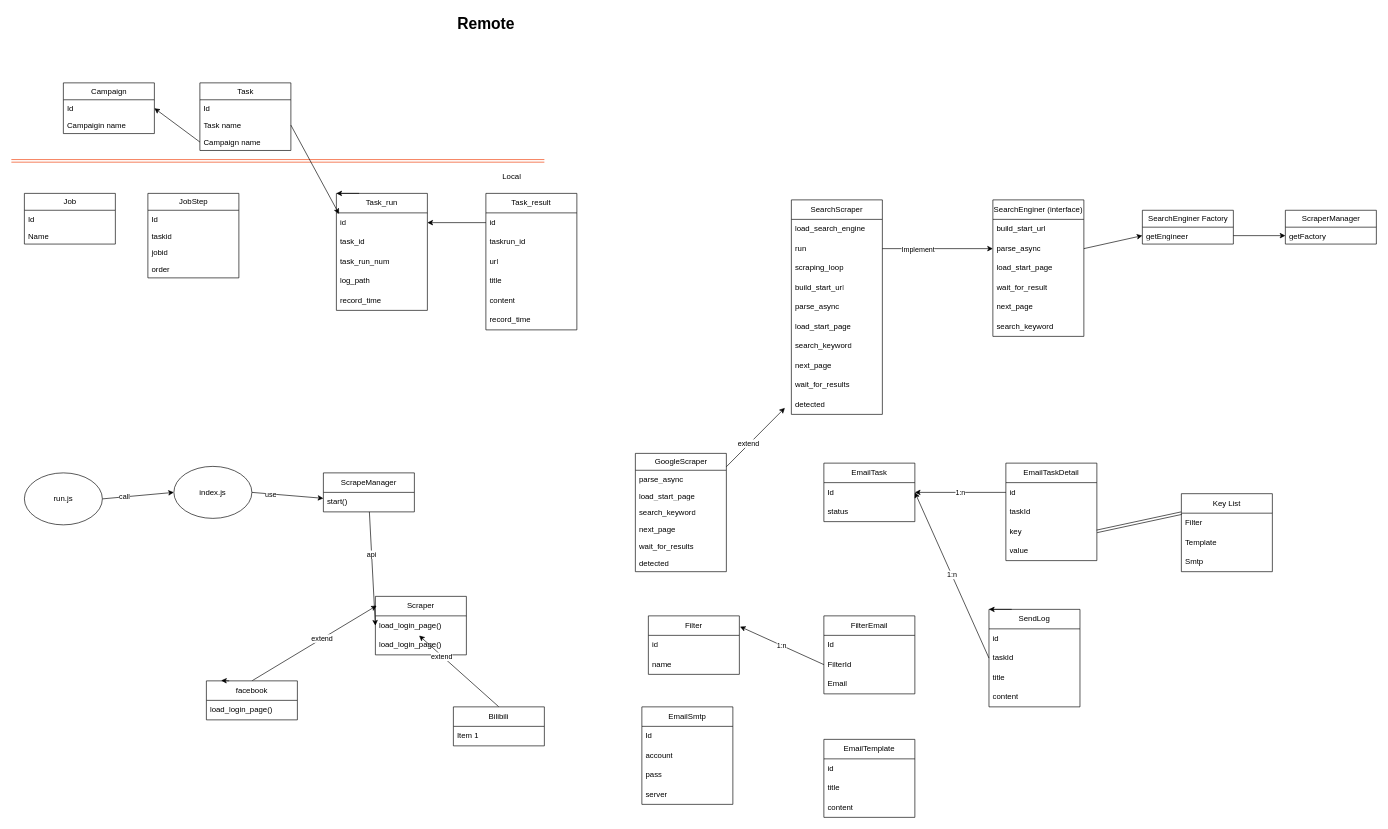
The draw.io diagram doc/class.drawio in robertzengcn/social-marketing, before the edit. Source tidied: cells renumbered, new cells numbered last; positions are measured from the earlier drawing's top-left corner, leaving out a move shared by most shapes. Both pictures are drawn from the tidied source at 65%, with x=0, y=0 at pixel (11, 11).
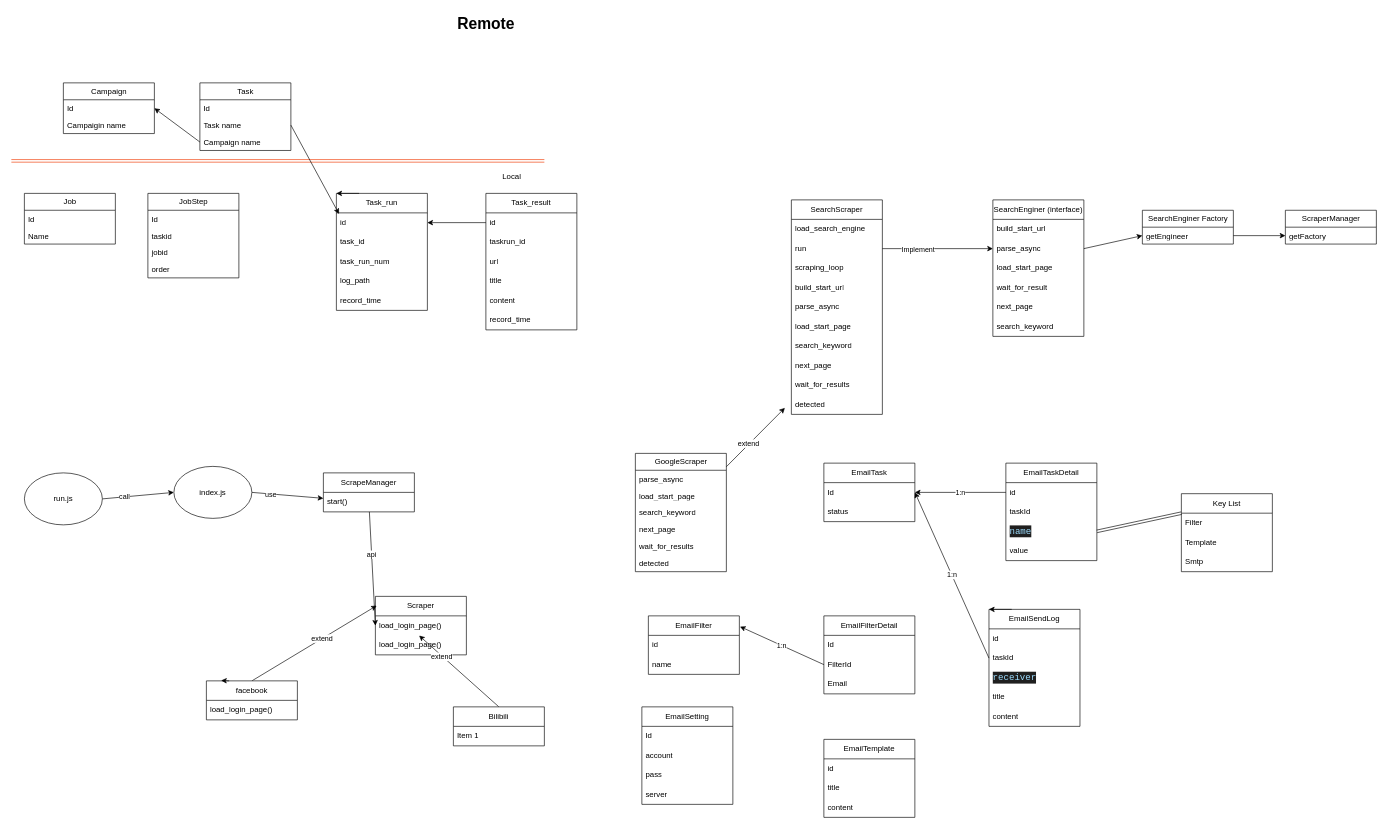
After the change.

The change refers to these unchanged cells:
```xml
<mxCell id="114" value="EmailTaskDetail" style="swimlane;fontStyle=0;horizontal=1;startSize=30;whiteSpace=wrap;html=1;" parent="1" vertex="1">
  <mxGeometry x="1530" y="695" width="140" height="150" as="geometry" />
</mxCell>
```

Diff of the diagram source:
```diff
@@
-    <mxCell id="94" value="EmailSmtp" style="swimlane;fontStyle=0;horizontal=1;startSize=30;whiteSpace=wrap;html=1;" parent="1" vertex="1">
+    <mxCell id="94" value="EmailSetting" style="swimlane;fontStyle=0;horizontal=1;startSize=30;whiteSpace=wrap;html=1;" parent="1" vertex="1">
       <mxGeometry x="970" y="1070" width="140" height="150" as="geometry" />
     </mxCell>
@@
-    <mxCell id="103" value="Filter" style="swimlane;fontStyle=0;horizontal=1;startSize=30;whiteSpace=wrap;html=1;" parent="1" vertex="1">
+    <mxCell id="103" value="EmailFilter" style="swimlane;fontStyle=0;horizontal=1;startSize=30;whiteSpace=wrap;html=1;" parent="1" vertex="1">
       <mxGeometry x="980" y="930" width="140" height="90" as="geometry" />
     </mxCell>
@@
-    <mxCell id="106" value="FilterEmail" style="swimlane;fontStyle=0;horizontal=1;startSize=30;whiteSpace=wrap;html=1;" parent="1" vertex="1">
+    <mxCell id="106" value="EmailFilterDetail" style="swimlane;fontStyle=0;horizontal=1;startSize=30;whiteSpace=wrap;html=1;" parent="1" vertex="1">
       <mxGeometry x="1250" y="930" width="140" height="120" as="geometry" />
     </mxCell>
@@
-    <mxCell id="117" value="key" style="text;strokeColor=none;fillColor=none;align=left;verticalAlign=middle;spacingLeft=4;spacingRight=4;overflow=hidden;points=[[0,0.5],[1,0.5]];portConstraint=eastwest;whiteSpace=wrap;html=1;" parent="114" vertex="1">
+    <mxCell id="117" value="&lt;div style=&quot;color: rgb(204, 204, 204); background-color: rgb(31, 31, 31); font-family: Consolas, &amp;quot;Courier New&amp;quot;, monospace; font-size: 14px; line-height: 19px;&quot;&gt;&lt;span style=&quot;color: #9cdcfe;&quot;&gt;name&lt;/span&gt;&lt;/div&gt;" style="text;strokeColor=none;fillColor=none;align=left;verticalAlign=middle;spacingLeft=4;spacingRight=4;overflow=hidden;points=[[0,0.5],[1,0.5]];portConstraint=eastwest;whiteSpace=wrap;html=1;" parent="114" vertex="1">
       <mxGeometry y="90" width="140" height="30" as="geometry" />
     </mxCell>
@@
-    <mxCell id="120" value="SendLog" style="swimlane;fontStyle=0;horizontal=1;startSize=30;whiteSpace=wrap;html=1;" parent="1" vertex="1">
-      <mxGeometry x="1504" y="920" width="140" height="150" as="geometry" />
+    <mxCell id="120" value="EmailSendLog" style="swimlane;fontStyle=0;horizontal=1;startSize=30;whiteSpace=wrap;html=1;" parent="1" vertex="1">
+      <mxGeometry x="1504" y="920" width="140" height="180" as="geometry" />
     </mxCell>
@@
+    <mxCell id="132" value="&lt;div style=&quot;color: rgb(204, 204, 204); background-color: rgb(31, 31, 31); font-family: Consolas, &amp;quot;Courier New&amp;quot;, monospace; font-size: 14px; line-height: 19px;&quot;&gt;&lt;span style=&quot;color: #9cdcfe;&quot;&gt;receiver&lt;/span&gt;&lt;/div&gt;" style="text;strokeColor=none;fillColor=none;align=left;verticalAlign=middle;spacingLeft=4;spacingRight=4;overflow=hidden;whiteSpace=wrap;html=1;" parent="120" vertex="1">
+      <mxGeometry y="90" width="140" height="30" as="geometry" />
+    </mxCell>
     <mxCell id="123" value="title" style="text;strokeColor=none;fillColor=none;align=left;verticalAlign=middle;spacingLeft=4;spacingRight=4;overflow=hidden;whiteSpace=wrap;html=1;" parent="120" vertex="1">
-      <mxGeometry y="90" width="140" height="30" as="geometry" />
+      <mxGeometry y="120" width="140" height="30" as="geometry" />
     </mxCell>
     <mxCell id="124" value="content" style="text;strokeColor=none;fillColor=none;align=left;verticalAlign=middle;spacingLeft=4;spacingRight=4;overflow=hidden;whiteSpace=wrap;html=1;" parent="120" vertex="1">
-      <mxGeometry y="120" width="140" height="30" as="geometry" />
+      <mxGeometry y="150" width="140" height="30" as="geometry" />
     </mxCell>
```
